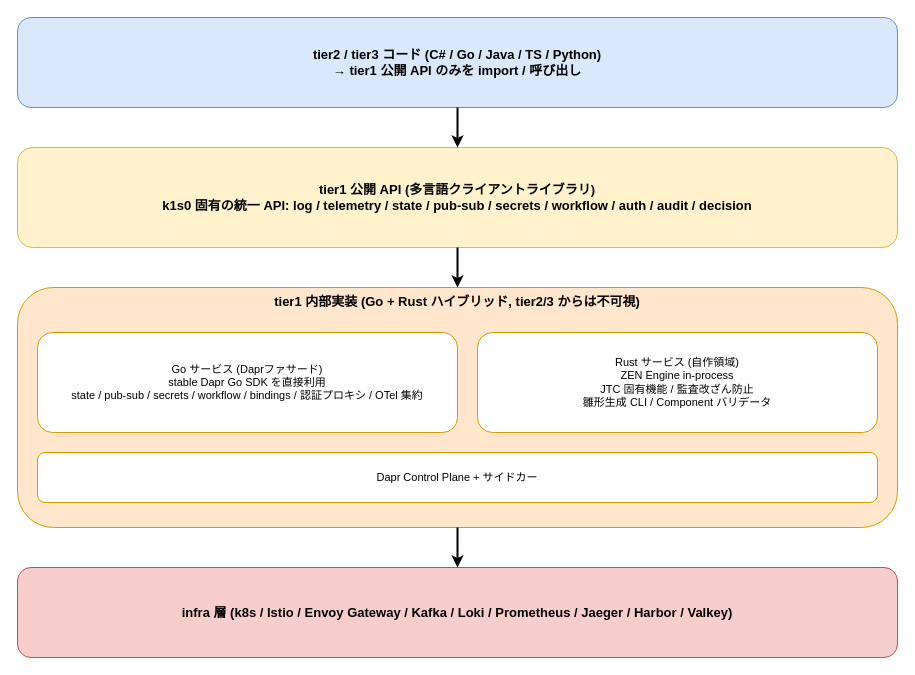
This is docs/01_企画/03_tier1設計/img/Dapr隠蔽.drawio from RyuheiKiso/k1s0, a draw.io file, before an edit. Source tidied: cells renumbered, new cells numbered last; positions are measured from the earlier drawing's top-left corner, leaving out a move shared by most shapes. Both pictures are drawn from the tidied source at 100%, with x=0, y=0 at pixel (17, 17).
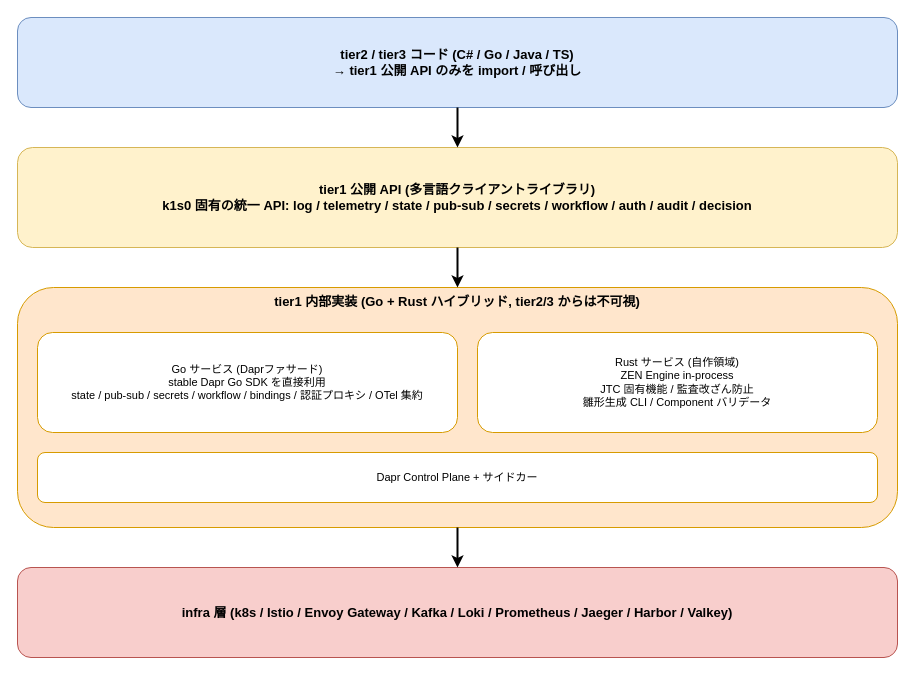
The same page after the edit.

Commit message (it also covers changes not shown here):
fix: tier1の内部サービスの実装言語選定に関する文書を更新

Diff of the diagram source:
```diff
@@
 <mxGraphModel>
   <root>
     <mxCell id="0" />
     <mxCell id="1" parent="0" />
-    <mxCell id="2" value="tier2 / tier3 コード (C# / Go / Java / TS / Python)&#10;→ tier1 公開 API のみを import / 呼び出し" style="rounded=1;whiteSpace=wrap;html=1;fillColor=#dae8fc;strokeColor=#6c8ebf;fontSize=13;fontStyle=1;align=center;" parent="1" vertex="1">
+    <mxCell id="2" value="tier2 / tier3 コード (C# / Go / Java / TS)&#10;→ tier1 公開 API のみを import / 呼び出し" style="rounded=1;whiteSpace=wrap;html=1;fillColor=#dae8fc;strokeColor=#6c8ebf;fontSize=13;fontStyle=1;align=center;" parent="1" vertex="1">
       <mxGeometry width="880" height="90" as="geometry" />
     </mxCell>
     <mxCell id="3" value="tier1 公開 API (多言語クライアントライブラリ)&#10;k1s0 固有の統一 API: log / telemetry / state / pub-sub / secrets / workflow / auth / audit / decision" style="rounded=1;whiteSpace=wrap;html=1;fillColor=#fff2cc;strokeColor=#d6b656;fontSize=13;fontStyle=1;align=center;" parent="1" vertex="1">
       <mxGeometry y="130" width="880" height="100" as="geometry" />
     </mxCell>
     <mxCell id="4" value="tier1 内部実装 (Go + Rust ハイブリッド, tier2/3 からは不可視)" style="rounded=1;whiteSpace=wrap;html=1;fillColor=#ffe6cc;strokeColor=#d79b00;fontSize=13;fontStyle=1;align=center;verticalAlign=top;" parent="1" vertex="1">
       <mxGeometry y="270" width="880" height="240" as="geometry" />
     </mxCell>
     <mxCell id="5" value="Go サービス (Daprファサード)&#10;stable Dapr Go SDK を直接利用&#10;state / pub-sub / secrets / workflow / bindings / 認証プロキシ / OTel 集約" style="rounded=1;whiteSpace=wrap;html=1;fillColor=#ffffff;strokeColor=#d79b00;fontSize=11;align=center;" parent="1" vertex="1">
       <mxGeometry x="20" y="315" width="420" height="100" as="geometry" />
     </mxCell>
     <mxCell id="6" value="Rust サービス (自作領域)&#10;ZEN Engine in-process&#10;JTC 固有機能 / 監査改ざん防止&#10;雛形生成 CLI / Component バリデータ" style="rounded=1;whiteSpace=wrap;html=1;fillColor=#ffffff;strokeColor=#d79b00;fontSize=11;align=center;" parent="1" vertex="1">
       <mxGeometry x="460" y="315" width="400" height="100" as="geometry" />
     </mxCell>
     <mxCell id="7" value="Dapr Control Plane + サイドカー" style="rounded=1;whiteSpace=wrap;html=1;fillColor=#ffffff;strokeColor=#d79b00;fontSize=11;align=center;" parent="1" vertex="1">
       <mxGeometry x="20" y="435" width="840" height="50" as="geometry" />
     </mxCell>
     <mxCell id="8" value="infra 層 (k8s / Istio / Envoy Gateway / Kafka / Loki / Prometheus / Jaeger / Harbor / Valkey)" style="rounded=1;whiteSpace=wrap;html=1;fillColor=#f8cecc;strokeColor=#b85450;fontSize=13;fontStyle=1;align=center;" parent="1" vertex="1">
       <mxGeometry y="550" width="880" height="90" as="geometry" />
     </mxCell>
     <mxCell id="9" style="endArrow=classic;html=1;strokeWidth=2;" parent="1" edge="1" source="2" target="3">
       <mxGeometry relative="1" as="geometry" />
     </mxCell>
     <mxCell id="10" style="endArrow=classic;html=1;strokeWidth=2;" parent="1" edge="1" source="3" target="4">
       <mxGeometry relative="1" as="geometry" />
     </mxCell>
     <mxCell id="11" style="endArrow=classic;html=1;strokeWidth=2;" parent="1" edge="1" source="4" target="8">
       <mxGeometry relative="1" as="geometry" />
     </mxCell>
   </root>
 </mxGraphModel>
```
